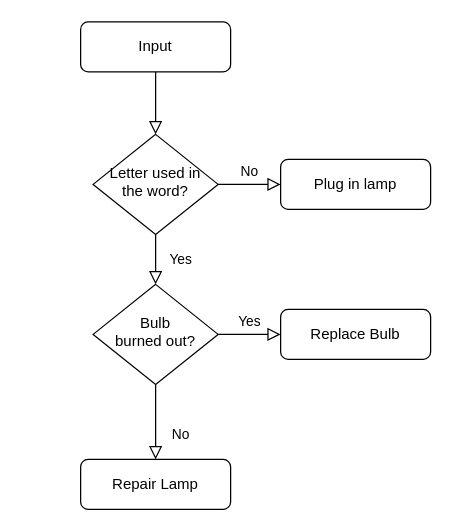
This is 名称未設定ファイル.drawio from chi-chanuk/ToDo_Web_App_ver1.0, a draw.io file, before an edit. Source tidied: cells renumbered, new cells numbered last; positions are measured from the earlier drawing's top-left corner, leaving out a move shared by most shapes. Both pictures are drawn from the tidied source at 125%, with x=0, y=0 at pixel (80, 21).
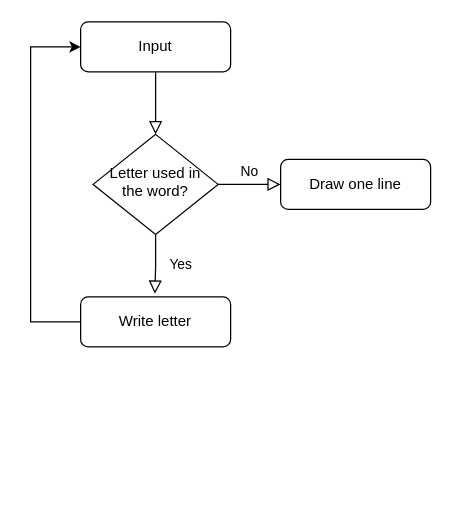
The same page after the edit.

The edit, as a diff of the source:
```diff
@@
 <mxGraphModel>
   <root>
     <mxCell id="0" />
     <mxCell id="1" parent="0" />
     <mxCell id="2" style="rounded=0;html=1;jettySize=auto;fontSize=11;endArrow=block;endFill=0;endSize=8;strokeWidth=1;shadow=0;labelBackgroundColor=none;edgeStyle=orthogonalEdgeStyle;" parent="1" edge="1" source="3" target="6">
       <mxGeometry relative="1" as="geometry" />
     </mxCell>
     <mxCell id="3" value="Input" style="rounded=1;whiteSpace=wrap;html=1;fontSize=12;glass=0;strokeWidth=1;shadow=0;" parent="1" vertex="1">
       <mxGeometry width="120" height="40" as="geometry" />
     </mxCell>
-    <mxCell id="4" value="Yes" style="rounded=0;html=1;jettySize=auto;fontSize=11;endArrow=block;endFill=0;endSize=8;strokeWidth=1;shadow=0;labelBackgroundColor=none;edgeStyle=orthogonalEdgeStyle;" parent="1" edge="1" source="6" target="10">
+    <mxCell id="4" value="Yes" style="rounded=0;html=1;jettySize=auto;fontSize=11;endArrow=block;endFill=0;endSize=8;strokeWidth=1;shadow=0;labelBackgroundColor=none;edgeStyle=orthogonalEdgeStyle;entryX=0.495;entryY=-0.064;entryDx=0;entryDy=0;entryPerimeter=0;" parent="1" edge="1" source="6" target="11">
       <mxGeometry y="20" relative="1" as="geometry" />
     </mxCell>
     <mxCell id="5" value="No" style="edgeStyle=orthogonalEdgeStyle;rounded=0;html=1;jettySize=auto;fontSize=11;endArrow=block;endFill=0;endSize=8;strokeWidth=1;shadow=0;labelBackgroundColor=none;" parent="1" edge="1" source="6" target="7">
       <mxGeometry y="10" relative="1" as="geometry" />
     </mxCell>
     <mxCell id="6" value="Letter used in the word?" style="rhombus;whiteSpace=wrap;html=1;shadow=0;fontFamily=Helvetica;fontSize=12;align=center;strokeWidth=1;spacing=6;spacingTop=-4;" parent="1" vertex="1">
       <mxGeometry x="10" y="90" width="100" height="80" as="geometry" />
     </mxCell>
-    <mxCell id="7" value="Plug in lamp" style="rounded=1;whiteSpace=wrap;html=1;fontSize=12;glass=0;strokeWidth=1;shadow=0;" parent="1" vertex="1">
+    <mxCell id="7" value="Draw one line" style="rounded=1;whiteSpace=wrap;html=1;fontSize=12;glass=0;strokeWidth=1;shadow=0;" parent="1" vertex="1">
       <mxGeometry x="160" y="110" width="120" height="40" as="geometry" />
     </mxCell>
-    <mxCell id="8" value="No" style="rounded=0;html=1;jettySize=auto;fontSize=11;endArrow=block;endFill=0;endSize=8;strokeWidth=1;shadow=0;labelBackgroundColor=none;edgeStyle=orthogonalEdgeStyle;" parent="1" edge="1" source="10" target="11">
-      <mxGeometry x="0.33" y="20" relative="1" as="geometry" />
-    </mxCell>
-    <mxCell id="9" value="Yes" style="edgeStyle=orthogonalEdgeStyle;rounded=0;html=1;jettySize=auto;fontSize=11;endArrow=block;endFill=0;endSize=8;strokeWidth=1;shadow=0;labelBackgroundColor=none;" parent="1" edge="1" source="10" target="12">
-      <mxGeometry y="10" relative="1" as="geometry" />
-    </mxCell>
-    <mxCell id="10" value="Bulb&lt;br&gt;burned out?" style="rhombus;whiteSpace=wrap;html=1;shadow=0;fontFamily=Helvetica;fontSize=12;align=center;strokeWidth=1;spacing=6;spacingTop=-4;" parent="1" vertex="1">
-      <mxGeometry x="10" y="210" width="100" height="80" as="geometry" />
-    </mxCell>
-    <mxCell id="11" value="Repair Lamp" style="rounded=1;whiteSpace=wrap;html=1;fontSize=12;glass=0;strokeWidth=1;shadow=0;" parent="1" vertex="1">
-      <mxGeometry y="350" width="120" height="40" as="geometry" />
+    <mxCell id="11" value="Write letter" style="rounded=1;whiteSpace=wrap;html=1;fontSize=12;glass=0;strokeWidth=1;shadow=0;" parent="1" vertex="1">
+      <mxGeometry y="220" width="120" height="40" as="geometry" />
     </mxCell>
-    <mxCell id="12" value="Replace Bulb" style="rounded=1;whiteSpace=wrap;html=1;fontSize=12;glass=0;strokeWidth=1;shadow=0;" parent="1" vertex="1">
-      <mxGeometry x="160" y="230" width="120" height="40" as="geometry" />
-    </mxCell>
+    <mxCell id="13" style="endArrow=classic;html=1;rounded=0;entryX=0;entryY=0.5;entryDx=0;entryDy=0;" parent="1" edge="1" target="3">
+      <mxGeometry relative="1" as="geometry">
+        <mxPoint y="240" as="sourcePoint" />
+        <Array as="points">
+          <mxPoint x="-40" y="240" />
+          <mxPoint x="-40" y="120" />
+          <mxPoint x="-40" y="20" />
+        </Array>
+      </mxGeometry>
+    </mxCell>
   </root>
 </mxGraphModel>
```
